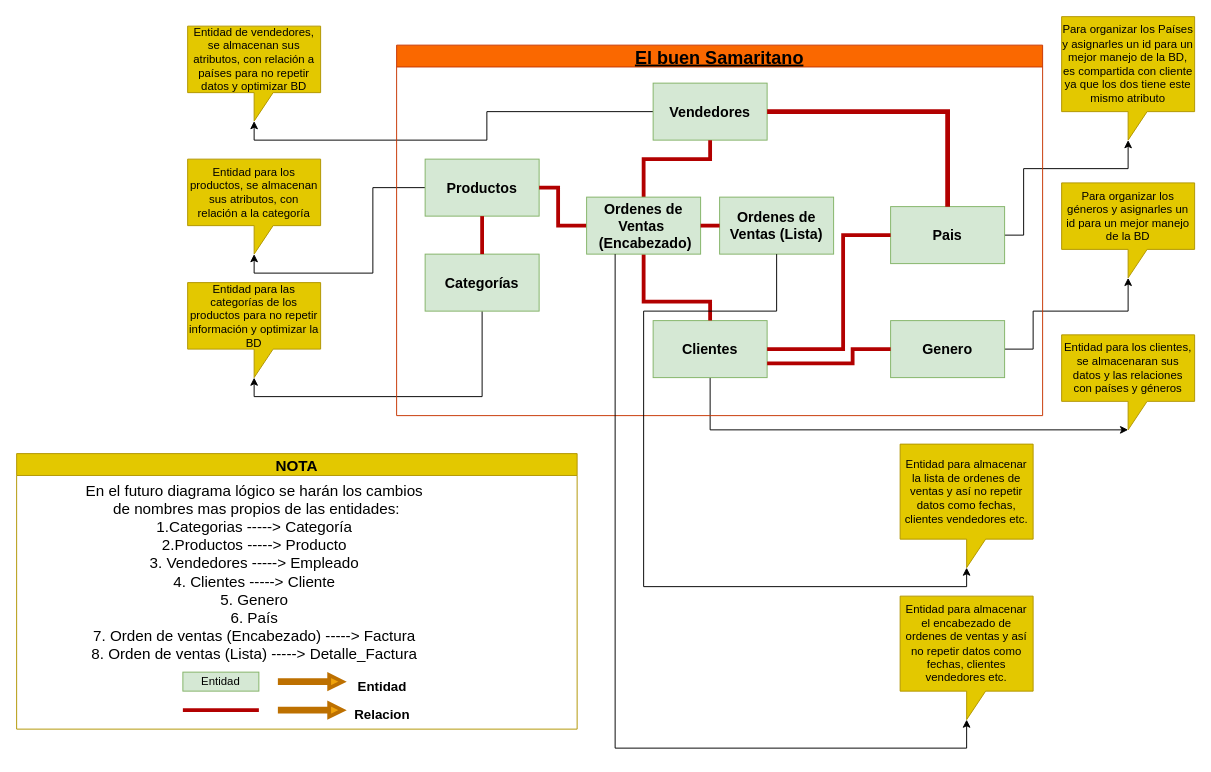
HenrryBran-Hub/BD1_Proyecto keeps this draw.io diagram as Modelo Conceptual/Modelo Conceptual.drawio. Above is the earlier version. Source tidied: cells renumbered, new cells numbered last; positions are measured from the earlier drawing's top-left corner, leaving out a move shared by most shapes. Both pictures are drawn from the tidied source at 95%, with x=0, y=0 at pixel (16, 16).
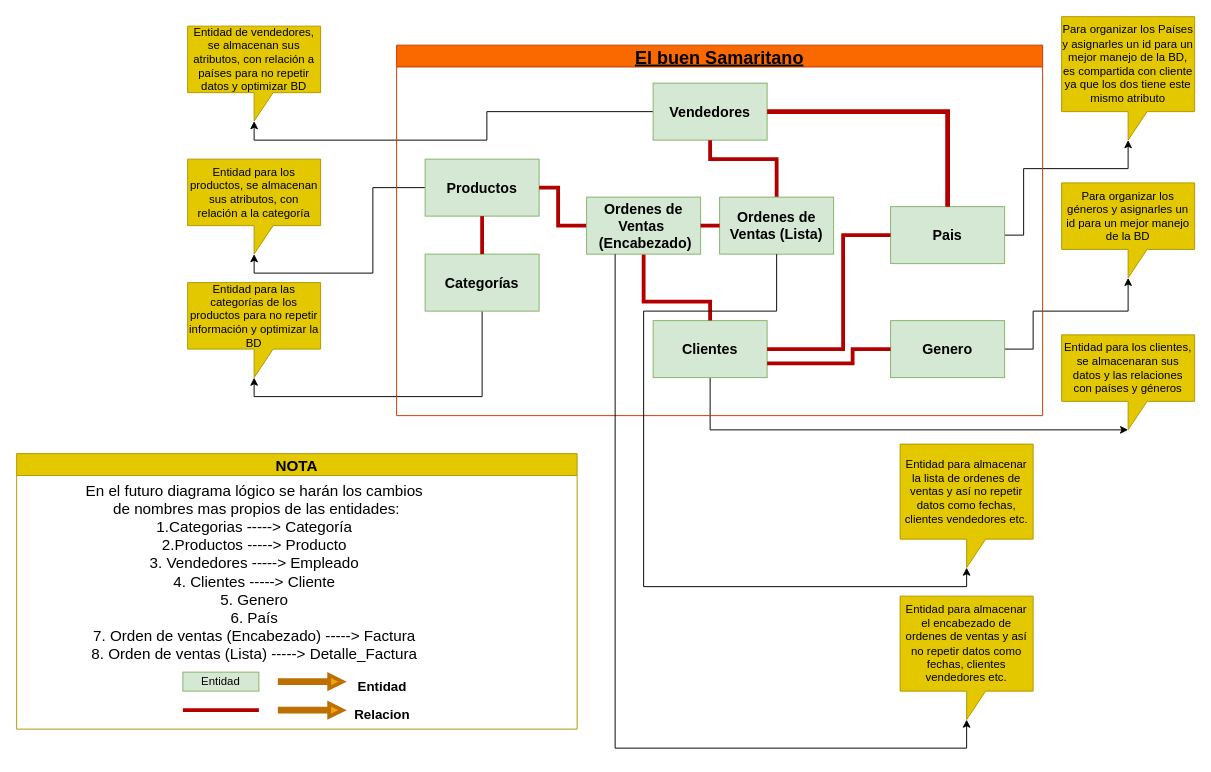
The same page after the edit.

The change refers to these unchanged cells:
```xml
<mxCell id="7" value="&lt;font style=&quot;vertical-align: inherit; font-size: 15px;&quot;&gt;&lt;font style=&quot;vertical-align: inherit; font-size: 15px;&quot;&gt;&lt;font style=&quot;vertical-align: inherit; font-size: 15px;&quot;&gt;&lt;font style=&quot;vertical-align: inherit; font-size: 15px;&quot;&gt;&lt;font style=&quot;vertical-align: inherit; font-size: 15px;&quot;&gt;&lt;font style=&quot;vertical-align: inherit; font-size: 15px;&quot;&gt;Vendedores&lt;/font&gt;&lt;/font&gt;&lt;br style=&quot;font-size: 15px;&quot;&gt;&lt;/font&gt;&lt;/font&gt;&lt;/font&gt;&lt;/font&gt;" style="rounded=0;whiteSpace=wrap;html=1;fillColor=#d5e8d4;strokeColor=#82b366;fontStyle=1;fontSize=15;" parent="1" vertex="1">
  <mxGeometry x="670" y="70" width="120" height="60" as="geometry" />
</mxCell>
<mxCell id="22" value="&lt;font size=&quot;1&quot; style=&quot;vertical-align: inherit;&quot;&gt;&lt;b style=&quot;font-size: 15px;&quot;&gt;Ordenes de Ventas&amp;nbsp; &amp;nbsp;(Encabezado)&lt;/b&gt;&lt;/font&gt;&lt;br&gt;" style="rounded=0;whiteSpace=wrap;html=1;fillColor=#d5e8d4;strokeColor=#82b366;" parent="21" vertex="1">
  <mxGeometry x="200" y="160" width="120" height="60" as="geometry" />
</mxCell>
<mxCell id="23" value="&lt;font style=&quot;vertical-align: inherit; font-size: 15px;&quot;&gt;&lt;font style=&quot;vertical-align: inherit; font-size: 15px;&quot;&gt;&lt;font style=&quot;vertical-align: inherit; font-size: 15px;&quot;&gt;&lt;font style=&quot;vertical-align: inherit; font-size: 15px;&quot;&gt;Ordenes de Ventas (Lista)&lt;br style=&quot;font-size: 15px;&quot;&gt;&lt;/font&gt;&lt;/font&gt;&lt;/font&gt;&lt;/font&gt;" style="rounded=0;whiteSpace=wrap;html=1;fillColor=#d5e8d4;strokeColor=#82b366;fontStyle=1;fontSize=15;" parent="21" vertex="1">
  <mxGeometry x="340" y="160" width="120" height="60" as="geometry" />
</mxCell>
```

What changed in the source:
```diff
@@
-    <mxCell id="11" style="endArrow=none;html=1;rounded=0;entryX=0.5;entryY=0;entryDx=0;entryDy=0;exitX=0.5;exitY=1;exitDx=0;exitDy=0;fillColor=#e51400;strokeColor=#B20000;strokeWidth=4;" parent="1" edge="1" source="7" target="22">
+    <mxCell id="11" style="endArrow=none;html=1;rounded=0;entryX=0.5;entryY=0;entryDx=0;entryDy=0;exitX=0.5;exitY=1;exitDx=0;exitDy=0;fillColor=#e51400;strokeColor=#B20000;strokeWidth=4;" parent="1" edge="1" source="7" target="23">
       <mxGeometry relative="1" as="geometry">
         <Array as="points">
           <mxPoint x="730" y="150" />
-          <mxPoint x="660" y="150" />
+          <mxPoint x="800" y="150" />
         </Array>
       </mxGeometry>
     </mxCell>
```
